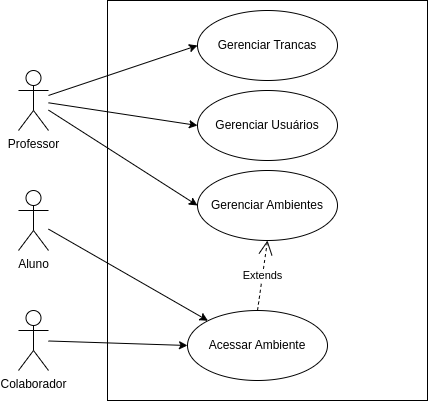
Above: assets/Diagrama de caso de uso.png in thiagobonfim0310/SmartLock (draw.io), before the change. Source tidied: cells renumbered, new cells last; positions are measured from the earlier drawing's top-left corner, leaving out a move shared by most shapes.
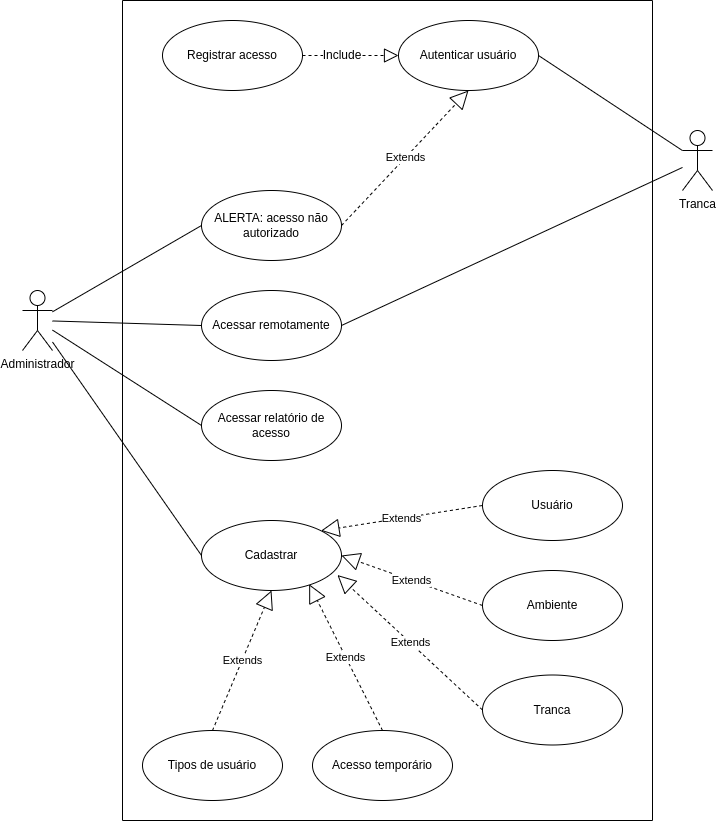
After the change.

Commit message:
Atualizando ajuste do diagrama nos assets

What changed in the source:
```diff
@@ -2,47 +2,89 @@
   <root>
     <mxCell id="0" />
     <mxCell id="1" parent="0" />
+    <mxCell id="5" value="Administrador" style="shape=umlActor;verticalLabelPosition=bottom;verticalAlign=top;html=1;" parent="1" vertex="1">
+      <mxGeometry y="70" width="30" height="60" as="geometry" />
+    </mxCell>
+    <mxCell id="8" value="Acessar relatório de acesso" style="ellipse;whiteSpace=wrap;html=1;" parent="1" vertex="1">
+      <mxGeometry x="179" y="170" width="140" height="70" as="geometry" />
+    </mxCell>
+    <mxCell id="12" value="Acessar remotamente" style="ellipse;whiteSpace=wrap;html=1;" parent="1" vertex="1">
+      <mxGeometry x="179" y="70" width="140" height="70" as="geometry" />
+    </mxCell>
+    <mxCell id="15" value="ALERTA: acesso não autorizado" style="ellipse;whiteSpace=wrap;html=1;" parent="1" vertex="1">
+      <mxGeometry x="179" y="-30" width="140" height="70" as="geometry" />
+    </mxCell>
+    <mxCell id="16" value="Autenticar usuário" style="ellipse;whiteSpace=wrap;html=1;" parent="1" vertex="1">
+      <mxGeometry x="376" y="-200" width="140" height="70" as="geometry" />
+    </mxCell>
+    <mxCell id="17" value="Cadastrar" style="ellipse;whiteSpace=wrap;html=1;" parent="1" vertex="1">
+      <mxGeometry x="179" y="300" width="140" height="70" as="geometry" />
+    </mxCell>
+    <mxCell id="18" value="Registrar acesso" style="ellipse;whiteSpace=wrap;html=1;" parent="1" vertex="1">
+      <mxGeometry x="140" y="-200" width="140" height="70" as="geometry" />
+    </mxCell>
+    <mxCell id="19" value="Usuário" style="ellipse;whiteSpace=wrap;html=1;" parent="1" vertex="1">
+      <mxGeometry x="460" y="250" width="140" height="70" as="geometry" />
+    </mxCell>
+    <mxCell id="20" value="Ambiente" style="ellipse;whiteSpace=wrap;html=1;" parent="1" vertex="1">
+      <mxGeometry x="460" y="350" width="140" height="70" as="geometry" />
+    </mxCell>
+    <mxCell id="21" value="Tranca" style="ellipse;whiteSpace=wrap;html=1;" parent="1" vertex="1">
+      <mxGeometry x="460" y="454.5" width="140" height="70" as="geometry" />
+    </mxCell>
+    <mxCell id="22" value="Acesso temporário" style="ellipse;whiteSpace=wrap;html=1;" parent="1" vertex="1">
+      <mxGeometry x="290" y="510" width="140" height="70" as="geometry" />
+    </mxCell>
+    <mxCell id="23" value="Tipos de usuário" style="ellipse;whiteSpace=wrap;html=1;" parent="1" vertex="1">
+      <mxGeometry x="120" y="510" width="140" height="70" as="geometry" />
+    </mxCell>
+    <mxCell id="24" style="endArrow=block;dashed=1;endFill=0;endSize=12;html=1;exitX=1;exitY=0.5;exitDx=0;exitDy=0;entryX=0;entryY=0.5;entryDx=0;entryDy=0;" parent="1" edge="1" source="18" target="16">
+      <mxGeometry relative="1" as="geometry" />
+    </mxCell>
+    <mxCell id="25" value="Extends" style="endArrow=block;endSize=16;endFill=0;html=1;entryX=0.5;entryY=1;entryDx=0;entryDy=0;exitX=1;exitY=0.5;exitDx=0;exitDy=0;dashed=1;" parent="1" edge="1" source="15" target="16">
+      <mxGeometry relative="1" as="geometry" />
+    </mxCell>
+    <mxCell id="26" value="Include" style="text;html=1;strokeColor=none;fillColor=none;align=center;verticalAlign=middle;whiteSpace=wrap;rounded=0;labelBackgroundColor=default;" parent="1" vertex="1">
+      <mxGeometry x="290" y="-180" width="60" height="30" as="geometry" />
+    </mxCell>
+    <mxCell id="27" value="Extends" style="endArrow=block;endSize=16;endFill=0;html=1;exitX=0;exitY=0.5;exitDx=0;exitDy=0;entryX=1;entryY=0;entryDx=0;entryDy=0;dashed=1;" parent="1" edge="1" source="19" target="17">
+      <mxGeometry relative="1" as="geometry" />
+    </mxCell>
+    <mxCell id="28" value="Extends" style="endArrow=block;endSize=16;endFill=0;html=1;exitX=0;exitY=0.5;exitDx=0;exitDy=0;entryX=1;entryY=0.5;entryDx=0;entryDy=0;dashed=1;" parent="1" edge="1" source="20" target="17">
+      <mxGeometry relative="1" as="geometry" />
+    </mxCell>
+    <mxCell id="29" value="Extends" style="endArrow=block;endSize=16;endFill=0;html=1;exitX=0;exitY=0.5;exitDx=0;exitDy=0;entryX=0.971;entryY=0.779;entryDx=0;entryDy=0;entryPerimeter=0;dashed=1;" parent="1" edge="1" source="21" target="17">
+      <mxGeometry relative="1" as="geometry" />
+    </mxCell>
+    <mxCell id="30" value="Extends" style="endArrow=block;endSize=16;endFill=0;html=1;exitX=0.5;exitY=0;exitDx=0;exitDy=0;entryX=0.769;entryY=0.91;entryDx=0;entryDy=0;entryPerimeter=0;dashed=1;" parent="1" edge="1" source="22" target="17">
+      <mxGeometry relative="1" as="geometry" />
+    </mxCell>
+    <mxCell id="31" value="Extends" style="endArrow=block;endSize=16;endFill=0;html=1;exitX=0.5;exitY=0;exitDx=0;exitDy=0;entryX=0.5;entryY=1;entryDx=0;entryDy=0;dashed=1;" parent="1" edge="1" source="23" target="17">
+      <mxGeometry relative="1" as="geometry" />
+    </mxCell>
+    <mxCell id="32" value="Tranca" style="shape=umlActor;verticalLabelPosition=bottom;verticalAlign=top;html=1;" parent="1" vertex="1">
+      <mxGeometry x="660" y="-90" width="30" height="60" as="geometry" />
+    </mxCell>
+    <mxCell id="33" style="endArrow=none;html=1;exitX=1;exitY=0.5;exitDx=0;exitDy=0;" parent="1" edge="1" source="16" target="32">
+      <mxGeometry relative="1" as="geometry" />
+    </mxCell>
-    <mxCell id="2" style="edgeStyle=none;html=1;entryX=0;entryY=0.5;entryDx=0;entryDy=0;" parent="1" edge="1" source="5" target="12">
+    <mxCell id="2" style="endArrow=none;html=1;entryX=0;entryY=0.5;entryDx=0;entryDy=0;" parent="1" edge="1" source="5" target="12">
       <mxGeometry relative="1" as="geometry" />
     </mxCell>
-    <mxCell id="3" style="edgeStyle=none;html=1;entryX=0;entryY=0.5;entryDx=0;entryDy=0;" parent="1" edge="1" source="5" target="8">
+    <mxCell id="3" style="endArrow=none;html=1;entryX=0;entryY=0.5;entryDx=0;entryDy=0;" parent="1" edge="1" source="5" target="8">
       <mxGeometry relative="1" as="geometry" />
     </mxCell>
+    <mxCell id="34" style="endArrow=none;html=1;entryX=0;entryY=0.5;entryDx=0;entryDy=0;" parent="1" edge="1" source="5" target="17">
+      <mxGeometry relative="1" as="geometry" />
+    </mxCell>
-    <mxCell id="4" style="edgeStyle=none;html=1;entryX=0;entryY=0.5;entryDx=0;entryDy=0;" parent="1" edge="1" source="5" target="15">
+    <mxCell id="4" style="endArrow=none;html=1;entryX=0;entryY=0.5;entryDx=0;entryDy=0;" parent="1" edge="1" source="5" target="15">
       <mxGeometry relative="1" as="geometry" />
     </mxCell>
-    <mxCell id="5" value="Professor" style="shape=umlActor;verticalLabelPosition=bottom;verticalAlign=top;html=1;" parent="1" vertex="1">
-      <mxGeometry y="70" width="30" height="60" as="geometry" />
-    </mxCell>
-    <mxCell id="6" style="edgeStyle=none;html=1;entryX=0;entryY=0;entryDx=0;entryDy=0;" parent="1" edge="1" source="7" target="9">
-      <mxGeometry relative="1" as="geometry" />
-    </mxCell>
-    <mxCell id="7" value="Aluno" style="shape=umlActor;verticalLabelPosition=bottom;verticalAlign=top;html=1;" parent="1" vertex="1">
-      <mxGeometry y="190" width="30" height="60" as="geometry" />
-    </mxCell>
-    <mxCell id="8" value="Gerenciar Ambientes" style="ellipse;whiteSpace=wrap;html=1;" parent="1" vertex="1">
-      <mxGeometry x="179" y="170" width="140" height="70" as="geometry" />
-    </mxCell>
-    <mxCell id="9" value="Acessar Ambiente" style="ellipse;whiteSpace=wrap;html=1;" parent="1" vertex="1">
-      <mxGeometry x="169" y="310" width="140" height="70" as="geometry" />
-    </mxCell>
-    <mxCell id="10" value="Extends" style="endArrow=open;endSize=12;dashed=1;html=1;rounded=0;exitX=0.5;exitY=0;exitDx=0;exitDy=0;entryX=0.5;entryY=1;entryDx=0;entryDy=0;" parent="1" edge="1" source="9" target="8">
-      <mxGeometry relative="1" as="geometry" />
-    </mxCell>
-    <mxCell id="11" style="rounded=0;whiteSpace=wrap;html=1;fillColor=none;" parent="1" vertex="1">
-      <mxGeometry x="89" width="320" height="400" as="geometry" />
-    </mxCell>
-    <mxCell id="12" value="Gerenciar Usuários" style="ellipse;whiteSpace=wrap;html=1;" parent="1" vertex="1">
-      <mxGeometry x="179" y="90" width="140" height="70" as="geometry" />
-    </mxCell>
-    <mxCell id="13" style="edgeStyle=none;html=1;entryX=0;entryY=0.5;entryDx=0;entryDy=0;" parent="1" edge="1" source="14" target="9">
-      <mxGeometry relative="1" as="geometry" />
-    </mxCell>
-    <mxCell id="14" value="Colaborador" style="shape=umlActor;verticalLabelPosition=bottom;verticalAlign=top;html=1;" parent="1" vertex="1">
-      <mxGeometry y="310" width="30" height="60" as="geometry" />
-    </mxCell>
-    <mxCell id="15" value="Gerenciar Trancas" style="ellipse;whiteSpace=wrap;html=1;" parent="1" vertex="1">
-      <mxGeometry x="179" y="10" width="140" height="70" as="geometry" />
-    </mxCell>
+    <mxCell id="35" style="swimlane;startSize=0;labelBackgroundColor=default;" parent="1" vertex="1">
+      <mxGeometry x="100" y="-220" width="530" height="820" as="geometry" />
+    </mxCell>
+    <mxCell id="36" style="endArrow=none;html=1;exitX=1;exitY=0.5;exitDx=0;exitDy=0;" parent="1" edge="1" source="12" target="32">
+      <mxGeometry relative="1" as="geometry" />
+    </mxCell>
   </root>
 </mxGraphModel>
```
